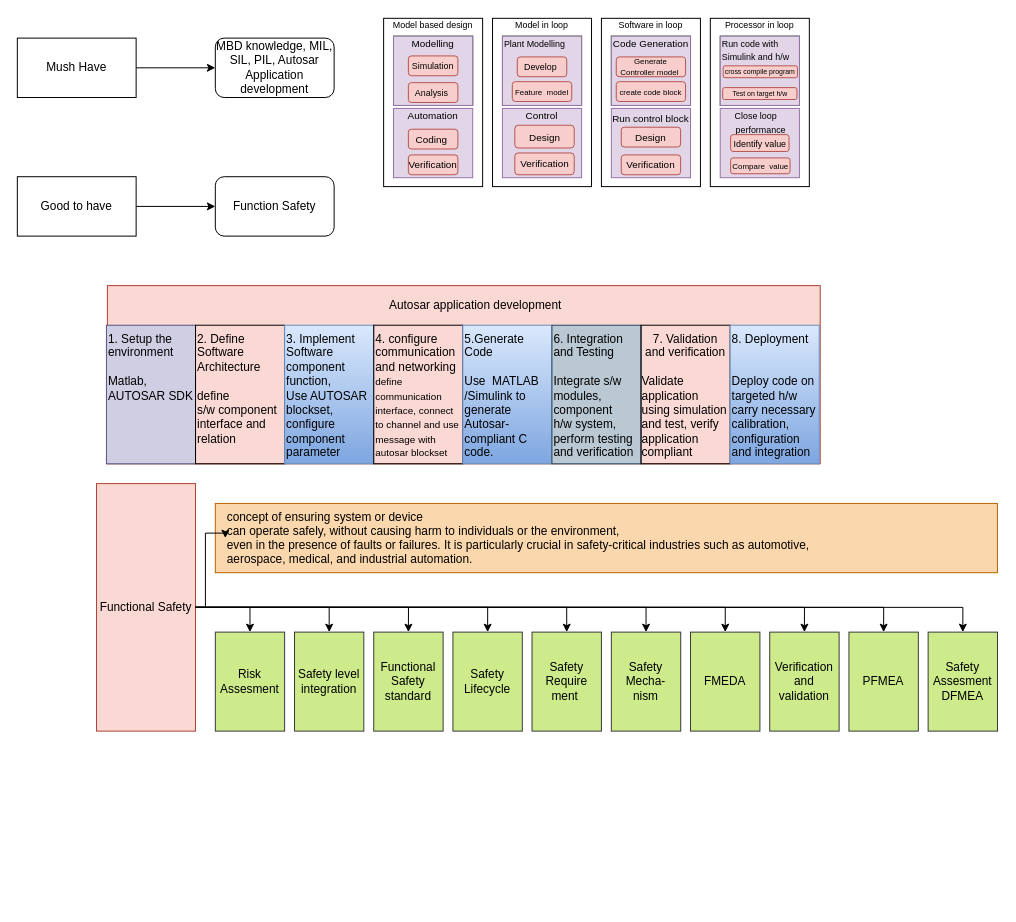
Above: maintenance comparision.drawio in bapukokare/assignment (draw.io), before the change. Source tidied: cells renumbered, new cells numbered last; positions are measured from the earlier drawing's top-left corner, leaving out a move shared by most shapes. Both pictures are drawn from the tidied source at 99%, with x=0, y=0 at pixel (17, 18). Pictures stored in the file or linked from it are replaced by grey dashed boxes.
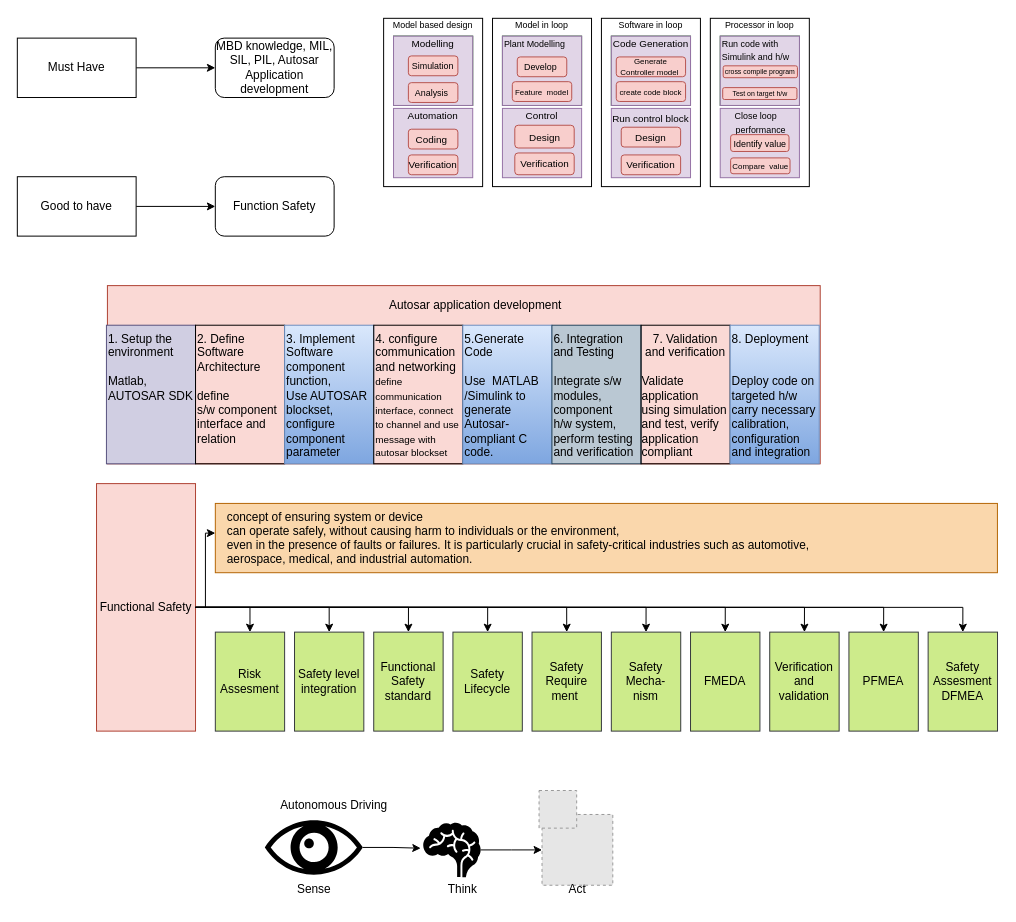
After the change.

The change refers to these unchanged cells:
```xml
<mxCell id="58" style="group;" parent="1" vertex="1">
  <mxGeometry x="80" y="470" width="910.1" height="250" as="geometry" />
</mxCell>
<mxCell id="59" value="Functional Safety" style="rounded=0;whiteSpace=wrap;html=1;fillColor=#fad9d5;strokeColor=#ae4132;" parent="58" vertex="1">
  <mxGeometry width="100" height="250" as="geometry" />
</mxCell>
<mxCell id="61" value="concept of ensuring system or device &lt;br&gt;can operate safely, without causing harm to individuals or the environment, &lt;br&gt;even in the presence of faults or failures.&amp;nbsp;It is particularly crucial in safety-critical industries such as automotive, aerospace, medical, and industrial automation." style="text;html=1;strokeColor=none;fillColor=none;align=left;verticalAlign=middle;whiteSpace=wrap;rounded=0;" parent="58" vertex="1">
  <mxGeometry x="130.1" y="25" width="620" height="60" as="geometry" />
</mxCell>
```

Diff of the diagram source:
```diff
@@
-    <mxCell id="3" value="Mush Have" style="rounded=0;whiteSpace=wrap;html=1;" parent="1" vertex="1">
+    <mxCell id="3" value="Must Have" style="rounded=0;whiteSpace=wrap;html=1;" parent="1" vertex="1">
       <mxGeometry y="20" width="120" height="60" as="geometry" />
     </mxCell>
@@
-    <mxCell id="62" style="edgeStyle=orthogonalEdgeStyle;rounded=0;jettySize=auto;html=1;entryX=0;entryY=0.5;entryDx=0;entryDy=0;" parent="58" edge="1" source="59" target="61">
+    <mxCell id="62" style="edgeStyle=orthogonalEdgeStyle;rounded=0;jettySize=auto;html=1;" parent="58" edge="1" source="59">
       <mxGeometry relative="1" as="geometry">
+        <mxPoint x="120" y="50" as="targetPoint" />
         <Array as="points">
           <mxPoint x="110" y="125" />
           <mxPoint x="110" y="50" />
         </Array>
       </mxGeometry>
     </mxCell>
@@
+    <mxCell id="83" style="group;" parent="1" vertex="1">
+      <mxGeometry x="250" y="780" width="351.5" height="115" as="geometry" />
+    </mxCell>
+    <mxCell id="84" style="shape=mxgraph.signs.healthcare.brain;html=1;fillColor=#000000;strokeColor=none;verticalLabelPosition=bottom;verticalAlign=top;align=center;" parent="83" vertex="1">
+      <mxGeometry x="160" y="32.5" width="58" height="55" as="geometry" />
+    </mxCell>
+    <mxCell id="85" style="edgeStyle=orthogonalEdgeStyle;rounded=0;jettySize=auto;html=1;entryX=-0.044;entryY=0.469;entryDx=0;entryDy=0;entryPerimeter=0;" parent="83" edge="1" source="86" target="84">
+      <mxGeometry relative="1" as="geometry" />
+    </mxCell>
+    <mxCell id="86" style="shape=mxgraph.signs.healthcare.eye;html=1;fillColor=#000000;strokeColor=none;verticalLabelPosition=bottom;verticalAlign=top;align=center;" parent="83" vertex="1">
+      <mxGeometry y="30" width="99" height="55" as="geometry" />
+    </mxCell>
+    <mxCell id="87" style="fillColor=#E6E6E6;strokeColor=#999999;dashed=1;html=1;verticalAlign=top;verticalLabelPosition=bottom;labelBackgroundColor=#ffffff;" parent="83" vertex="1">
+      <mxGeometry x="280" y="24.2" width="71.5" height="71.5" as="geometry" />
+    </mxCell>
+    <mxCell id="88" style="edgeStyle=orthogonalEdgeStyle;rounded=0;jettySize=auto;html=1;" parent="83" edge="1" source="84" target="87">
+      <mxGeometry relative="1" as="geometry" />
+    </mxCell>
+    <mxCell id="89" value="Sense" style="text;strokeColor=none;align=center;fillColor=none;html=1;verticalAlign=middle;whiteSpace=wrap;rounded=0;" parent="83" vertex="1">
+      <mxGeometry x="19.5" y="85" width="60" height="30" as="geometry" />
+    </mxCell>
+    <mxCell id="90" value="Think" style="text;strokeColor=none;align=center;fillColor=none;html=1;verticalAlign=middle;whiteSpace=wrap;rounded=0;" parent="83" vertex="1">
+      <mxGeometry x="170" y="85" width="60" height="30" as="geometry" />
+    </mxCell>
+    <mxCell id="91" value="Act" style="text;strokeColor=none;align=center;fillColor=none;html=1;verticalAlign=middle;whiteSpace=wrap;rounded=0;" parent="83" vertex="1">
+      <mxGeometry x="285.8" y="85" width="60" height="30" as="geometry" />
+    </mxCell>
+    <mxCell id="92" value="Autonomous Driving" style="text;strokeColor=none;align=center;fillColor=none;html=1;verticalAlign=middle;whiteSpace=wrap;rounded=0;" parent="83" vertex="1">
+      <mxGeometry width="140" height="30" as="geometry" />
+    </mxCell>
+    <mxCell id="93" style="fillColor=#E6E6E6;strokeColor=#999999;dashed=1;html=1;verticalAlign=top;verticalLabelPosition=bottom;labelBackgroundColor=#ffffff;" parent="83" vertex="1">
+      <mxGeometry x="277" width="38" height="38" as="geometry" />
+    </mxCell>
```
